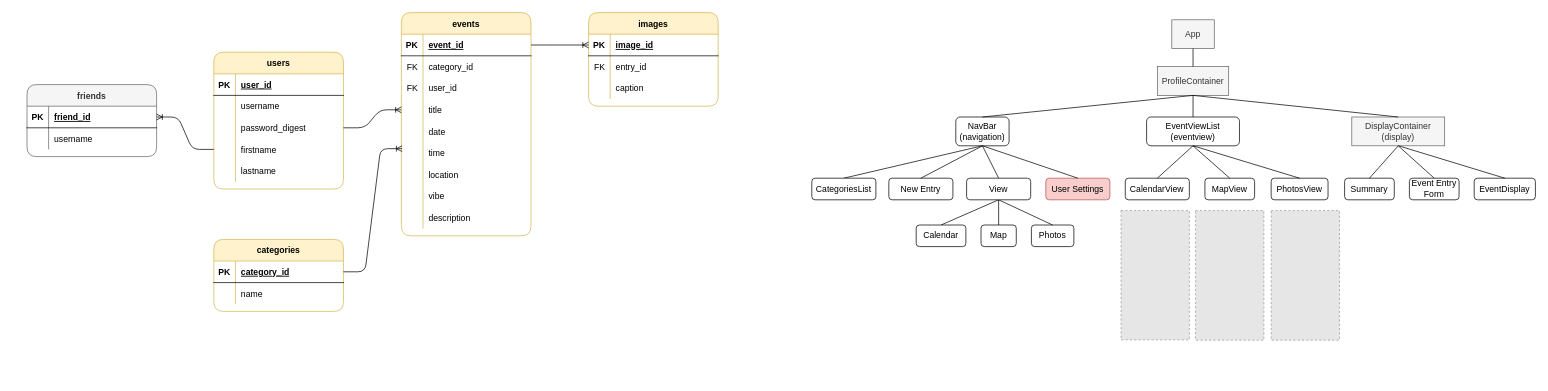
fentybit/Storybook_frontend keeps this draw.io diagram as images/storybook.drawio. Above is the earlier version. Source tidied: cells renumbered, new cells numbered last; positions are measured from the earlier drawing's top-left corner, leaving out a move shared by most shapes. Both pictures are drawn from the tidied source at 72%, with x=0, y=0 at pixel (27, 12). Pictures stored in the file or linked from it are replaced by grey dashed boxes.
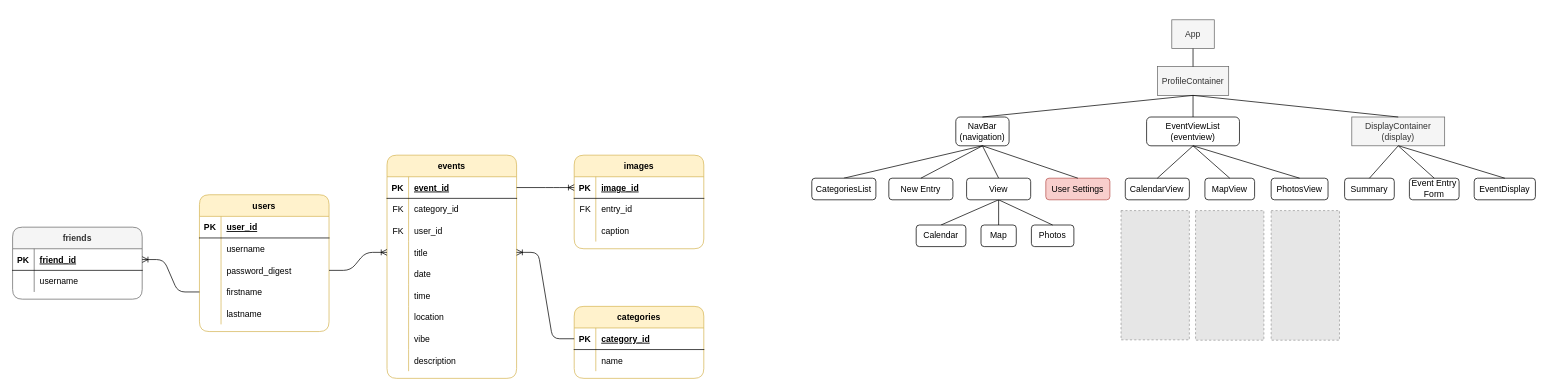
Above is the later version.

The change refers to these unchanged cells:
```xml
<mxCell id="19" style="shape=partialRectangle;fillColor=none;top=0;left=0;bottom=1;right=0;points=[[0,0.5],[1,0.5]];portConstraint=eastwest;" parent="18" vertex="1">
  <mxGeometry y="30" width="180" height="30" as="geometry" />
</mxCell>
<mxCell id="35" style="shape=partialRectangle;fillColor=none;top=0;left=0;bottom=0;right=0;points=[[0,0.5],[1,0.5]];portConstraint=eastwest;" parent="25" vertex="1">
  <mxGeometry y="120" width="180" height="30" as="geometry" />
</mxCell>
<mxCell id="41" style="shape=partialRectangle;fillColor=none;top=0;left=0;bottom=0;right=0;points=[[0,0.5],[1,0.5]];portConstraint=eastwest;" parent="25" vertex="1">
  <mxGeometry y="180" width="180" height="30" as="geometry" />
</mxCell>
```

The edit, as a diff of the source:
```diff
@@
     <mxCell id="2" value="users" style="shape=table;startSize=30;childLayout=tableLayout;rowLines=0;fontStyle=1;align=center;rounded=1;sketch=0;fillColor=#fff2cc;strokeColor=#d6b656;" parent="1" vertex="1">
-      <mxGeometry x="259.5" y="55" width="180" height="190" as="geometry" />
+      <mxGeometry x="239.5" y="253" width="180" height="190" as="geometry" />
     </mxCell>
@@
     <mxCell id="18" value="categories" style="shape=table;startSize=30;childLayout=tableLayout;rowLines=0;fontStyle=1;align=center;rounded=1;fillColor=#fff2cc;strokeColor=#d6b656;" parent="1" vertex="1">
-      <mxGeometry x="259.5" y="315" width="180" height="100" as="geometry" />
+      <mxGeometry x="760" y="408" width="180" height="100" as="geometry" />
     </mxCell>
@@
     <mxCell id="25" value="events" style="shape=table;startSize=30;childLayout=tableLayout;rowLines=0;fontStyle=1;align=center;rounded=1;fillColor=#fff2cc;strokeColor=#d6b656;" parent="1" vertex="1">
-      <mxGeometry x="520" width="180" height="310" as="geometry" />
+      <mxGeometry x="500" y="198" width="180" height="310" as="geometry" />
     </mxCell>
@@
     <mxCell id="54" value="FK" style="shape=partialRectangle;fillColor=none;top=0;left=0;bottom=0;right=0;align=left;spacingLeft=6;overflow=hidden;" parent="1" vertex="1">
-      <mxGeometry x="520" y="60" width="30" height="30" as="geometry" />
+      <mxGeometry x="500" y="258" width="30" height="30" as="geometry" />
     </mxCell>
     <mxCell id="55" value="images" style="shape=table;startSize=30;childLayout=tableLayout;rowLines=0;fontStyle=1;align=center;rounded=1;fillColor=#fff2cc;strokeColor=#d6b656;" parent="1" vertex="1">
-      <mxGeometry x="780" width="180" height="130" as="geometry" />
+      <mxGeometry x="760" y="198" width="180" height="130" as="geometry" />
     </mxCell>
@@
     <mxCell id="65" value="FK" style="shape=partialRectangle;fillColor=none;top=0;left=0;bottom=0;right=0;align=left;spacingLeft=6;overflow=hidden;" parent="1" vertex="1">
-      <mxGeometry x="780" y="60" width="30" height="30" as="geometry" />
+      <mxGeometry x="760" y="258" width="30" height="30" as="geometry" />
     </mxCell>
@@
     <mxCell id="67" value="FK" style="shape=partialRectangle;fillColor=none;top=0;left=0;bottom=0;right=0;align=left;spacingLeft=6;overflow=hidden;" parent="1" vertex="1">
-      <mxGeometry x="520" y="90" width="30" height="30" as="geometry" />
+      <mxGeometry x="500" y="288" width="30" height="30" as="geometry" />
     </mxCell>
     <mxCell id="68" value="friends" style="shape=table;startSize=30;childLayout=tableLayout;rowLines=0;fontStyle=1;align=center;rounded=1;fillColor=#f5f5f5;strokeColor=#666666;fontColor=#333333;" parent="1" vertex="1">
-      <mxGeometry y="100" width="180" height="100" as="geometry" />
+      <mxGeometry x="-20" y="298" width="180" height="100" as="geometry" />
     </mxCell>
@@
-    <mxCell id="76" style="edgeStyle=entityRelationEdgeStyle;fontSize=12;html=1;endArrow=ERoneToMany;exitX=1;exitY=0.5;exitDx=0;exitDy=0;entryX=0.006;entryY=0.3;entryDx=0;entryDy=0;entryPerimeter=0;" parent="1" edge="1" source="19" target="41">
+    <mxCell id="76" style="edgeStyle=entityRelationEdgeStyle;fontSize=12;html=1;endArrow=ERoneToMany;exitX=0;exitY=0.5;exitDx=0;exitDy=0;entryX=1;entryY=0.5;entryDx=0;entryDy=0;" parent="1" edge="1" source="19" target="35">
       <mxGeometry relative="1" as="geometry" />
     </mxCell>
```
